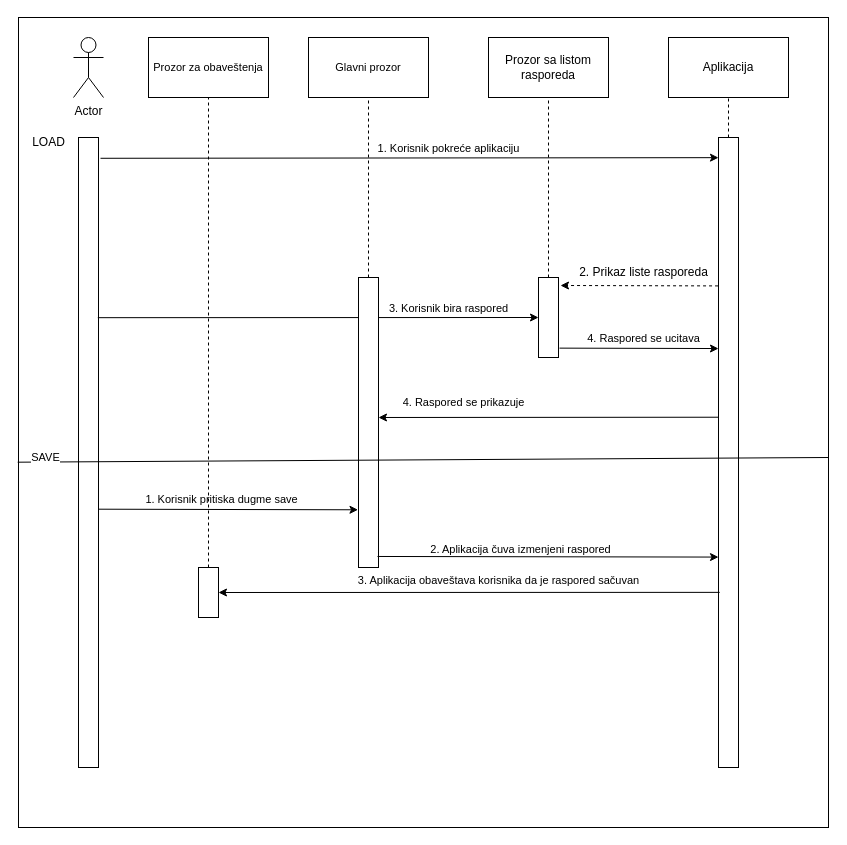
Before: documentation/specific documentation sections/saveLoadDiagram.drawio in jelisavetagavrilovic/kOrganizify, a draw.io diagram. Source tidied: cells renumbered, new cells numbered last; positions are measured from the earlier drawing's top-left corner, leaving out a move shared by most shapes. Both pictures are drawn from the tidied source at 100%, with x=0, y=0 at pixel (18, 17).
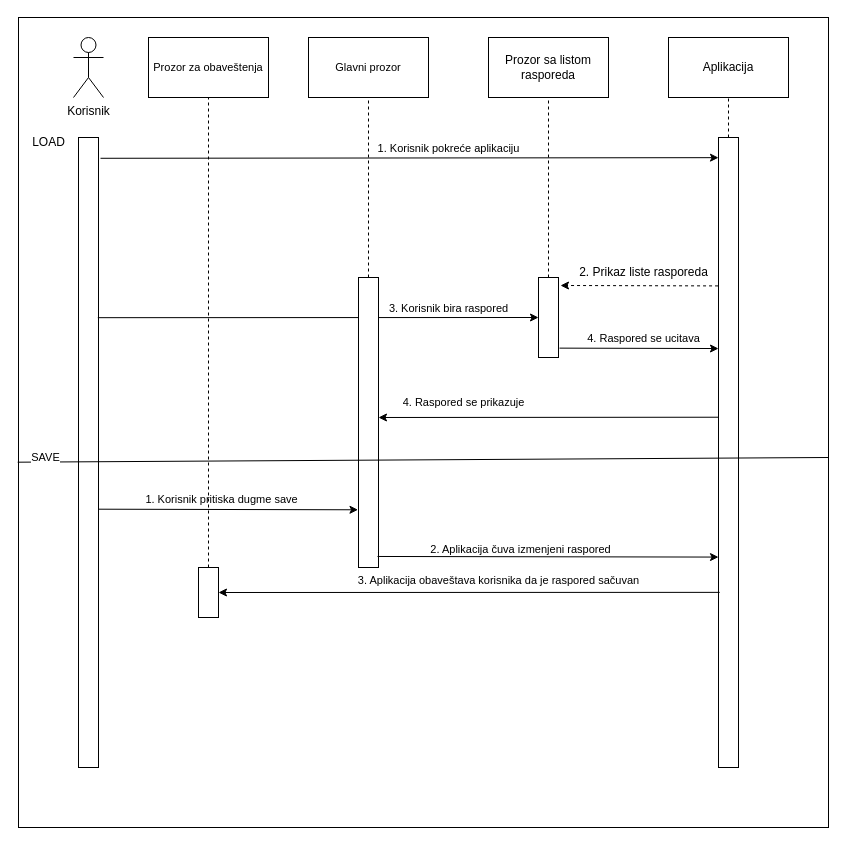
The same diagram, later.

Change to the diagram source:
```diff
@@
-    <mxCell id="3" value="Actor" style="shape=umlActor;verticalLabelPosition=bottom;verticalAlign=top;html=1;" parent="1" vertex="1">
+    <mxCell id="3" value="Korisnik" style="shape=umlActor;verticalLabelPosition=bottom;verticalAlign=top;html=1;" parent="1" vertex="1">
       <mxGeometry x="55" y="20" width="30" height="60" as="geometry" />
     </mxCell>
```
